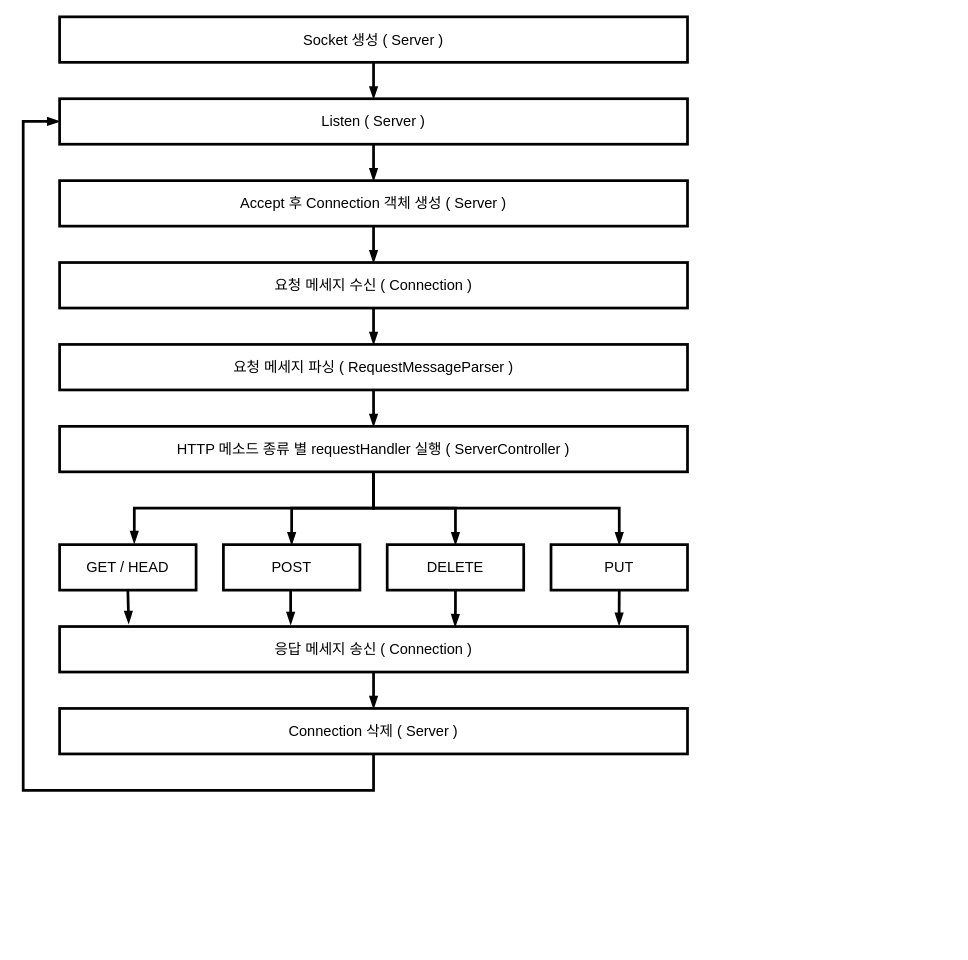
Earlier version of the draw.io diagram page "Server" (1 of 5) of docs/FlowChart/Flow_Chart.drawio (wkdtpgns5016/webserve). Source tidied: cells renumbered, new cells numbered last; positions are measured from the earlier drawing's top-left corner, leaving out a move shared by most shapes. Both pictures are drawn from the tidied source at 91%, with x=0, y=0 at pixel (23, 16).
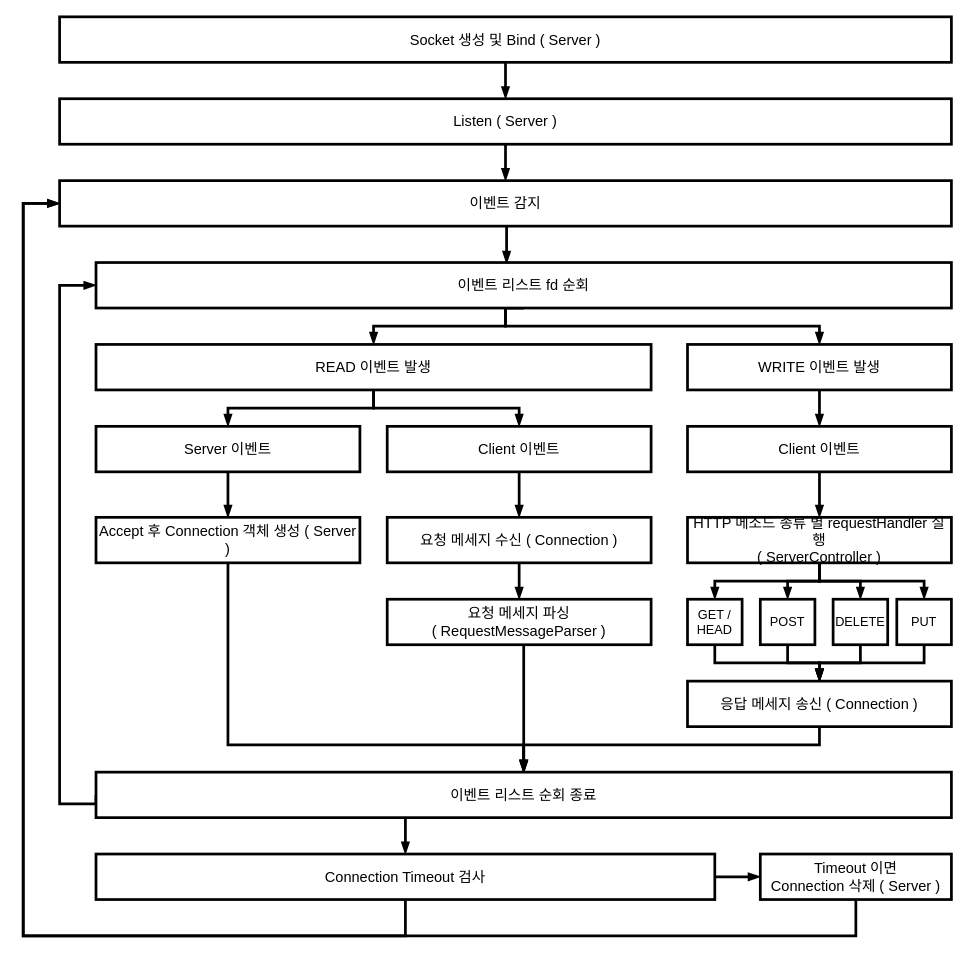
Above is the later version.

What changed in the source:
```diff
@@
-    <mxCell id="3" value="&lt;span style=&quot;font-size: 16px;&quot;&gt;Socket 생성 ( Server )&lt;/span&gt;" style="rounded=0;whiteSpace=wrap;html=1;strokeWidth=3;" parent="1" vertex="1">
-      <mxGeometry x="40" width="690" height="50" as="geometry" />
+    <mxCell id="3" value="&lt;span style=&quot;font-size: 16px;&quot;&gt;Socket 생성 및 Bind ( Server )&lt;/span&gt;" style="rounded=0;whiteSpace=wrap;html=1;strokeWidth=3;" parent="1" vertex="1">
+      <mxGeometry x="40" width="980" height="50" as="geometry" />
     </mxCell>
-    <mxCell id="4" style="edgeStyle=orthogonalEdgeStyle;rounded=0;jettySize=auto;html=1;exitX=0.5;exitY=1;exitDx=0;exitDy=0;entryX=0.5;entryY=0;entryDx=0;entryDy=0;strokeWidth=3;endArrow=blockThin;endFill=1;" parent="1" edge="1" source="5" target="9">
-      <mxGeometry relative="1" as="geometry" />
-    </mxCell>
+    <mxCell id="29" style="edgeStyle=orthogonalEdgeStyle;rounded=0;jettySize=auto;html=1;exitX=0.5;exitY=1;exitDx=0;exitDy=0;entryX=0.5;entryY=0;entryDx=0;entryDy=0;strokeWidth=3;endArrow=blockThin;endFill=1;" parent="1" edge="1" source="5" target="51">
+      <mxGeometry relative="1" as="geometry">
+        <Array as="points">
+          <mxPoint x="225" y="800" />
+          <mxPoint x="550" y="800" />
+        </Array>
+      </mxGeometry>
+    </mxCell>
     <mxCell id="5" value="&lt;span style=&quot;font-size: 16px;&quot;&gt;Accept 후 Connection 객체 생성 ( Server )&lt;/span&gt;" style="rounded=0;whiteSpace=wrap;html=1;strokeWidth=3;" parent="1" vertex="1">
-      <mxGeometry x="40" y="180" width="690" height="50" as="geometry" />
+      <mxGeometry x="80" y="550" width="290" height="50" as="geometry" />
     </mxCell>
-    <mxCell id="6" style="edgeStyle=orthogonalEdgeStyle;rounded=0;jettySize=auto;html=1;exitX=0.5;exitY=1;exitDx=0;exitDy=0;entryX=0.5;entryY=0;entryDx=0;entryDy=0;strokeWidth=3;endArrow=blockThin;endFill=1;" parent="1" edge="1" source="7" target="5">
+    <mxCell id="6" style="edgeStyle=orthogonalEdgeStyle;rounded=0;jettySize=auto;html=1;exitX=0.5;exitY=1;exitDx=0;exitDy=0;strokeWidth=3;endArrow=blockThin;endFill=1;entryX=0.5;entryY=0;entryDx=0;entryDy=0;" parent="1" edge="1" source="7" target="34">
       <mxGeometry relative="1" as="geometry" />
     </mxCell>
     <mxCell id="7" value="&lt;font style=&quot;font-size: 16px;&quot;&gt;Listen ( Server )&lt;/font&gt;" style="rounded=0;whiteSpace=wrap;html=1;strokeWidth=3;" parent="1" vertex="1">
-      <mxGeometry x="40" y="90" width="690" height="50" as="geometry" />
+      <mxGeometry x="40" y="90" width="980" height="50" as="geometry" />
     </mxCell>
@@
     <mxCell id="9" value="&lt;font style=&quot;font-size: 16px;&quot;&gt;요청 메세지 수신 ( Connection )&lt;/font&gt;" style="rounded=0;whiteSpace=wrap;html=1;strokeWidth=3;" parent="1" vertex="1">
-      <mxGeometry x="40" y="270" width="690" height="50" as="geometry" />
+      <mxGeometry x="400" y="550" width="290" height="50" as="geometry" />
     </mxCell>
-    <mxCell id="10" style="edgeStyle=orthogonalEdgeStyle;rounded=0;jettySize=auto;html=1;exitX=0.5;exitY=1;exitDx=0;exitDy=0;entryX=0.5;entryY=0;entryDx=0;entryDy=0;strokeWidth=3;endArrow=blockThin;endFill=1;" parent="1" edge="1" source="11" target="16">
-      <mxGeometry relative="1" as="geometry" />
-    </mxCell>
+    <mxCell id="30" style="edgeStyle=orthogonalEdgeStyle;rounded=0;orthogonalLoop=1;jettySize=auto;html=1;exitX=0.5;exitY=1;exitDx=0;exitDy=0;strokeWidth=3;endArrow=blockThin;endFill=1;" parent="1" edge="1">
+      <mxGeometry relative="1" as="geometry">
+        <mxPoint x="545" y="681" as="sourcePoint" />
+        <mxPoint x="550" y="831" as="targetPoint" />
+        <Array as="points">
+          <mxPoint x="550" y="681" />
+        </Array>
+      </mxGeometry>
+    </mxCell>
-    <mxCell id="11" value="&lt;span style=&quot;font-size: 16px;&quot;&gt;요청 메세지 파싱 ( RequestMessageParser )&lt;br&gt;&lt;/span&gt;" style="rounded=0;whiteSpace=wrap;html=1;strokeWidth=3;" parent="1" vertex="1">
-      <mxGeometry x="40" y="360" width="690" height="50" as="geometry" />
+    <mxCell id="11" value="&lt;span style=&quot;font-size: 16px;&quot;&gt;요청 메세지 파싱 &lt;br&gt;( RequestMessageParser )&lt;br&gt;&lt;/span&gt;" style="rounded=0;whiteSpace=wrap;html=1;strokeWidth=3;" parent="1" vertex="1">
+      <mxGeometry x="400" y="640" width="290" height="50" as="geometry" />
     </mxCell>
-    <mxCell id="12" style="edgeStyle=orthogonalEdgeStyle;rounded=0;jettySize=auto;html=1;exitX=0.5;exitY=1;exitDx=0;exitDy=0;entryX=0.547;entryY=-0.03;entryDx=0;entryDy=0;entryPerimeter=0;endArrow=blockThin;endFill=1;strokeWidth=3;" parent="1" edge="1" source="16" target="18">
+    <mxCell id="12" style="edgeStyle=orthogonalEdgeStyle;rounded=0;jettySize=auto;html=1;exitX=0.5;exitY=1;exitDx=0;exitDy=0;entryX=0.5;entryY=0;entryDx=0;entryDy=0;strokeWidth=3;endArrow=blockThin;endFill=1;" parent="1" edge="1" source="16" target="18">
       <mxGeometry relative="1" as="geometry" />
     </mxCell>
@@
-    <mxCell id="16" value="&lt;span style=&quot;font-size: 16px;&quot;&gt;HTTP 메소드 종류 별 requestHandler 실행 ( ServerController )&lt;br&gt;&lt;/span&gt;" style="rounded=0;whiteSpace=wrap;html=1;strokeWidth=3;" parent="1" vertex="1">
-      <mxGeometry x="40" y="450" width="690" height="50" as="geometry" />
+    <mxCell id="16" value="&lt;span style=&quot;font-size: 16px;&quot;&gt;HTTP 메소드 종류 별 requestHandler 실행 &lt;br&gt;( ServerController )&lt;br&gt;&lt;/span&gt;" style="rounded=0;whiteSpace=wrap;html=1;strokeWidth=3;" parent="1" vertex="1">
+      <mxGeometry x="730" y="550" width="290" height="50" as="geometry" />
     </mxCell>
-    <mxCell id="17" style="edgeStyle=orthogonalEdgeStyle;rounded=0;jettySize=auto;html=1;exitX=0.5;exitY=1;exitDx=0;exitDy=0;entryX=0.11;entryY=-0.07;entryDx=0;entryDy=0;entryPerimeter=0;strokeWidth=3;endArrow=blockThin;endFill=1;" parent="1" edge="1" source="18" target="26">
+    <mxCell id="17" style="edgeStyle=orthogonalEdgeStyle;rounded=0;jettySize=auto;html=1;exitX=0.5;exitY=1;exitDx=0;exitDy=0;entryX=0.5;entryY=0;entryDx=0;entryDy=0;strokeWidth=3;endArrow=blockThin;endFill=1;" parent="1" edge="1" source="18" target="26">
       <mxGeometry relative="1" as="geometry" />
     </mxCell>
-    <mxCell id="18" value="&lt;span style=&quot;font-size: 16px;&quot;&gt;GET / HEAD&lt;br&gt;&lt;/span&gt;" style="rounded=0;whiteSpace=wrap;html=1;strokeWidth=3;" parent="1" vertex="1">
-      <mxGeometry x="40" y="580" width="150" height="50" as="geometry" />
+    <mxCell id="18" value="&lt;font style=&quot;font-size: 14px;&quot;&gt;GET / HEAD&lt;/font&gt;" style="rounded=0;whiteSpace=wrap;html=1;strokeWidth=3;" parent="1" vertex="1">
+      <mxGeometry x="730" y="640" width="60" height="50" as="geometry" />
     </mxCell>
-    <mxCell id="19" style="edgeStyle=orthogonalEdgeStyle;rounded=0;jettySize=auto;html=1;exitX=0.5;exitY=1;exitDx=0;exitDy=0;entryX=0.368;entryY=-0.05;entryDx=0;entryDy=0;entryPerimeter=0;strokeWidth=3;endArrow=blockThin;endFill=1;" parent="1" edge="1" source="20" target="26">
+    <mxCell id="19" style="edgeStyle=orthogonalEdgeStyle;rounded=0;jettySize=auto;html=1;exitX=0.5;exitY=1;exitDx=0;exitDy=0;entryX=0.5;entryY=0;entryDx=0;entryDy=0;strokeWidth=3;endArrow=blockThin;endFill=1;" parent="1" edge="1" source="20" target="26">
       <mxGeometry relative="1" as="geometry" />
     </mxCell>
-    <mxCell id="20" value="&lt;span style=&quot;font-size: 16px;&quot;&gt;POST&lt;br&gt;&lt;/span&gt;" style="rounded=0;whiteSpace=wrap;html=1;strokeWidth=3;" parent="1" vertex="1">
-      <mxGeometry x="220" y="580" width="150" height="50" as="geometry" />
+    <mxCell id="20" value="&lt;font style=&quot;font-size: 14px;&quot;&gt;POST&lt;/font&gt;" style="rounded=0;whiteSpace=wrap;html=1;strokeWidth=3;" parent="1" vertex="1">
+      <mxGeometry x="810" y="640" width="60" height="50" as="geometry" />
     </mxCell>
-    <mxCell id="21" style="edgeStyle=orthogonalEdgeStyle;rounded=0;jettySize=auto;html=1;exitX=0.5;exitY=1;exitDx=0;exitDy=0;entryX=0.63;entryY=0;entryDx=0;entryDy=0;entryPerimeter=0;strokeWidth=3;endArrow=blockThin;endFill=1;" parent="1" edge="1" source="22" target="26">
+    <mxCell id="21" style="edgeStyle=orthogonalEdgeStyle;rounded=0;jettySize=auto;html=1;exitX=0.5;exitY=1;exitDx=0;exitDy=0;entryX=0.5;entryY=0;entryDx=0;entryDy=0;strokeWidth=3;endArrow=blockThin;endFill=1;" parent="1" edge="1" source="22" target="26">
       <mxGeometry relative="1" as="geometry" />
     </mxCell>
-    <mxCell id="22" value="&lt;span style=&quot;font-size: 16px;&quot;&gt;DELETE&lt;br&gt;&lt;/span&gt;" style="rounded=0;whiteSpace=wrap;html=1;strokeWidth=3;" parent="1" vertex="1">
-      <mxGeometry x="400" y="580" width="150" height="50" as="geometry" />
+    <mxCell id="22" value="&lt;font style=&quot;font-size: 14px;&quot;&gt;DELETE&lt;/font&gt;" style="rounded=0;whiteSpace=wrap;html=1;strokeWidth=3;" parent="1" vertex="1">
+      <mxGeometry x="890" y="640" width="60" height="50" as="geometry" />
     </mxCell>
-    <mxCell id="23" style="edgeStyle=orthogonalEdgeStyle;rounded=0;jettySize=auto;html=1;exitX=0.5;exitY=1;exitDx=0;exitDy=0;entryX=0.891;entryY=-0.03;entryDx=0;entryDy=0;entryPerimeter=0;strokeWidth=3;endArrow=blockThin;endFill=1;" parent="1" edge="1" source="24" target="26">
+    <mxCell id="23" style="edgeStyle=orthogonalEdgeStyle;rounded=0;jettySize=auto;html=1;exitX=0.5;exitY=1;exitDx=0;exitDy=0;entryX=0.5;entryY=0;entryDx=0;entryDy=0;strokeWidth=3;endArrow=blockThin;endFill=1;" parent="1" edge="1" source="24" target="26">
       <mxGeometry relative="1" as="geometry" />
     </mxCell>
-    <mxCell id="24" value="&lt;span style=&quot;font-size: 16px;&quot;&gt;PUT&lt;br&gt;&lt;/span&gt;" style="rounded=0;whiteSpace=wrap;html=1;strokeWidth=3;" parent="1" vertex="1">
-      <mxGeometry x="580" y="580" width="150" height="50" as="geometry" />
+    <mxCell id="24" value="&lt;font style=&quot;font-size: 14px;&quot;&gt;PUT&lt;/font&gt;" style="rounded=0;whiteSpace=wrap;html=1;strokeWidth=3;" parent="1" vertex="1">
+      <mxGeometry x="960" y="640" width="60" height="50" as="geometry" />
     </mxCell>
-    <mxCell id="25" style="edgeStyle=orthogonalEdgeStyle;rounded=0;jettySize=auto;html=1;exitX=0.5;exitY=1;exitDx=0;exitDy=0;entryX=0.5;entryY=0;entryDx=0;entryDy=0;endArrow=blockThin;endFill=1;strokeWidth=3;" parent="1" edge="1" source="26" target="28">
-      <mxGeometry relative="1" as="geometry" />
-    </mxCell>
+    <mxCell id="31" style="edgeStyle=orthogonalEdgeStyle;rounded=0;jettySize=auto;html=1;exitX=0.5;exitY=1;exitDx=0;exitDy=0;entryX=0.5;entryY=0;entryDx=0;entryDy=0;strokeWidth=3;endArrow=blockThin;endFill=1;" parent="1" edge="1" source="26" target="51">
+      <mxGeometry relative="1" as="geometry">
+        <Array as="points">
+          <mxPoint x="875" y="800" />
+          <mxPoint x="550" y="800" />
+        </Array>
+      </mxGeometry>
+    </mxCell>
     <mxCell id="26" value="&lt;span style=&quot;font-size: 16px;&quot;&gt;응답 메세지 송신 ( Connection )&lt;br&gt;&lt;/span&gt;" style="rounded=0;whiteSpace=wrap;html=1;strokeWidth=3;" parent="1" vertex="1">
-      <mxGeometry x="40" y="670" width="690" height="50" as="geometry" />
+      <mxGeometry x="730" y="730" width="290" height="50" as="geometry" />
     </mxCell>
-    <mxCell id="27" style="edgeStyle=orthogonalEdgeStyle;rounded=0;jettySize=auto;html=1;exitX=0.5;exitY=1;exitDx=0;exitDy=0;entryX=0;entryY=0.5;entryDx=0;entryDy=0;strokeWidth=3;endArrow=blockThin;endFill=1;" parent="1" edge="1" source="28" target="7">
-      <mxGeometry relative="1" as="geometry">
-        <Array as="points">
-          <mxPoint x="385" y="850" />
-          <mxPoint y="850" />
-          <mxPoint y="115" />
-        </Array>
-      </mxGeometry>
-    </mxCell>
+    <mxCell id="32" style="edgeStyle=orthogonalEdgeStyle;rounded=0;jettySize=auto;html=1;exitX=0.5;exitY=1;exitDx=0;exitDy=0;entryX=0;entryY=0.5;entryDx=0;entryDy=0;strokeWidth=3;endArrow=blockThin;endFill=1;" parent="1" edge="1" source="28" target="34">
+      <mxGeometry relative="1" as="geometry">
+        <Array as="points">
+          <mxPoint x="915" y="1010" />
+          <mxPoint y="1010" />
+          <mxPoint y="205" />
+        </Array>
+      </mxGeometry>
+    </mxCell>
-    <mxCell id="28" value="&lt;span style=&quot;font-size: 16px;&quot;&gt;Connection 삭제 ( Server )&lt;br&gt;&lt;/span&gt;" style="rounded=0;whiteSpace=wrap;html=1;strokeWidth=3;" parent="1" vertex="1">
-      <mxGeometry x="40" y="760" width="690" height="50" as="geometry" />
+    <mxCell id="28" value="&lt;span style=&quot;font-size: 16px;&quot;&gt;Timeout 이면 &lt;br&gt;Connection 삭제 ( Server )&lt;br&gt;&lt;/span&gt;" style="rounded=0;whiteSpace=wrap;html=1;strokeWidth=3;" parent="1" vertex="1">
+      <mxGeometry x="810" y="920" width="210" height="50" as="geometry" />
     </mxCell>
+    <mxCell id="33" style="edgeStyle=orthogonalEdgeStyle;rounded=0;jettySize=auto;html=1;exitX=0.5;exitY=1;exitDx=0;exitDy=0;entryX=0.48;entryY=0.02;entryDx=0;entryDy=0;entryPerimeter=0;strokeWidth=3;endArrow=blockThin;endFill=1;" parent="1" edge="1" source="34" target="42">
+      <mxGeometry relative="1" as="geometry">
+        <Array as="points">
+          <mxPoint x="531" y="230" />
+        </Array>
+      </mxGeometry>
+    </mxCell>
+    <mxCell id="34" value="&lt;span style=&quot;font-size: 16px;&quot;&gt;이벤트 감지&lt;/span&gt;" style="rounded=0;whiteSpace=wrap;html=1;strokeWidth=3;" parent="1" vertex="1">
+      <mxGeometry x="40" y="180" width="980" height="50" as="geometry" />
+    </mxCell>
+    <mxCell id="35" style="edgeStyle=orthogonalEdgeStyle;rounded=0;jettySize=auto;html=1;exitX=0.5;exitY=1;exitDx=0;exitDy=0;entryX=0.5;entryY=0;entryDx=0;entryDy=0;strokeWidth=3;endArrow=blockThin;endFill=1;" parent="1" edge="1" source="37" target="48">
+      <mxGeometry relative="1" as="geometry" />
+    </mxCell>
+    <mxCell id="36" style="edgeStyle=orthogonalEdgeStyle;rounded=0;jettySize=auto;html=1;exitX=0.5;exitY=1;exitDx=0;exitDy=0;entryX=0.5;entryY=0;entryDx=0;entryDy=0;strokeWidth=3;endArrow=blockThin;endFill=1;" parent="1" edge="1" source="37" target="46">
+      <mxGeometry relative="1" as="geometry" />
+    </mxCell>
+    <mxCell id="37" value="&lt;span style=&quot;font-size: 16px;&quot;&gt;READ 이벤트 발생&lt;/span&gt;" style="rounded=0;whiteSpace=wrap;html=1;strokeWidth=3;" parent="1" vertex="1">
+      <mxGeometry x="80" y="360" width="610" height="50" as="geometry" />
+    </mxCell>
+    <mxCell id="38" style="edgeStyle=orthogonalEdgeStyle;rounded=0;jettySize=auto;html=1;exitX=0.5;exitY=1;exitDx=0;exitDy=0;entryX=0.5;entryY=0;entryDx=0;entryDy=0;strokeWidth=3;endArrow=blockThin;endFill=1;" parent="1" edge="1" source="39" target="44">
+      <mxGeometry relative="1" as="geometry" />
+    </mxCell>
+    <mxCell id="39" value="&lt;span style=&quot;font-size: 16px;&quot;&gt;WRITE 이벤트 발생&lt;/span&gt;" style="rounded=0;whiteSpace=wrap;html=1;strokeWidth=3;" parent="1" vertex="1">
+      <mxGeometry x="730" y="360" width="290" height="50" as="geometry" />
+    </mxCell>
+    <mxCell id="40" style="edgeStyle=orthogonalEdgeStyle;rounded=0;jettySize=auto;html=1;exitX=0.5;exitY=1;exitDx=0;exitDy=0;entryX=0.5;entryY=0;entryDx=0;entryDy=0;strokeWidth=3;endArrow=blockThin;endFill=1;" parent="1" edge="1" source="42" target="37">
+      <mxGeometry relative="1" as="geometry">
+        <Array as="points">
+          <mxPoint x="530" y="320" />
+          <mxPoint x="530" y="340" />
+          <mxPoint x="385" y="340" />
+        </Array>
+      </mxGeometry>
+    </mxCell>
+    <mxCell id="41" style="edgeStyle=orthogonalEdgeStyle;rounded=0;jettySize=auto;html=1;strokeWidth=3;endArrow=blockThin;endFill=1;" parent="1" edge="1" target="39">
+      <mxGeometry relative="1" as="geometry">
+        <mxPoint x="530" y="330" as="sourcePoint" />
+        <Array as="points">
+          <mxPoint x="530" y="320" />
+          <mxPoint x="530" y="340" />
+          <mxPoint x="875" y="340" />
+        </Array>
+      </mxGeometry>
+    </mxCell>
+    <mxCell id="42" value="&lt;span style=&quot;font-size: 16px;&quot;&gt;이벤트 리스트 fd 순회&lt;/span&gt;" style="rounded=0;whiteSpace=wrap;html=1;strokeWidth=3;" parent="1" vertex="1">
+      <mxGeometry x="80" y="270" width="940" height="50" as="geometry" />
+    </mxCell>
+    <mxCell id="43" style="edgeStyle=orthogonalEdgeStyle;rounded=0;jettySize=auto;html=1;exitX=0.5;exitY=1;exitDx=0;exitDy=0;entryX=0.5;entryY=0;entryDx=0;entryDy=0;strokeWidth=3;endArrow=blockThin;endFill=1;" parent="1" edge="1" source="44" target="16">
+      <mxGeometry relative="1" as="geometry" />
+    </mxCell>
+    <mxCell id="44" value="&lt;span style=&quot;font-size: 16px;&quot;&gt;Client 이벤트&lt;/span&gt;" style="rounded=0;whiteSpace=wrap;html=1;strokeWidth=3;" parent="1" vertex="1">
+      <mxGeometry x="730" y="450" width="290" height="50" as="geometry" />
+    </mxCell>
+    <mxCell id="45" style="edgeStyle=orthogonalEdgeStyle;rounded=0;jettySize=auto;html=1;exitX=0.5;exitY=1;exitDx=0;exitDy=0;entryX=0.5;entryY=0;entryDx=0;entryDy=0;strokeWidth=3;endArrow=blockThin;endFill=1;" parent="1" edge="1" source="46" target="5">
+      <mxGeometry relative="1" as="geometry" />
+    </mxCell>
+    <mxCell id="46" value="&lt;span style=&quot;font-size: 16px;&quot;&gt;Server 이벤트&lt;/span&gt;" style="rounded=0;whiteSpace=wrap;html=1;strokeWidth=3;" parent="1" vertex="1">
+      <mxGeometry x="80" y="450" width="290" height="50" as="geometry" />
+    </mxCell>
+    <mxCell id="47" style="edgeStyle=orthogonalEdgeStyle;rounded=0;jettySize=auto;html=1;exitX=0.5;exitY=1;exitDx=0;exitDy=0;entryX=0.5;entryY=0;entryDx=0;entryDy=0;strokeWidth=3;endArrow=blockThin;endFill=1;" parent="1" edge="1" source="48" target="9">
+      <mxGeometry relative="1" as="geometry" />
+    </mxCell>
+    <mxCell id="48" value="&lt;span style=&quot;font-size: 16px;&quot;&gt;Client 이벤트&lt;/span&gt;" style="rounded=0;whiteSpace=wrap;html=1;strokeWidth=3;" parent="1" vertex="1">
+      <mxGeometry x="400" y="450" width="290" height="50" as="geometry" />
+    </mxCell>
+    <mxCell id="49" style="edgeStyle=orthogonalEdgeStyle;rounded=0;jettySize=auto;html=1;exitX=0.5;exitY=1;exitDx=0;exitDy=0;entryX=0.5;entryY=0;entryDx=0;entryDy=0;strokeWidth=3;endArrow=blockThin;endFill=1;" parent="1" edge="1" source="51" target="54">
+      <mxGeometry relative="1" as="geometry">
+        <Array as="points">
+          <mxPoint x="420" y="880" />
+        </Array>
+      </mxGeometry>
+    </mxCell>
+    <mxCell id="50" style="edgeStyle=orthogonalEdgeStyle;rounded=0;jettySize=auto;html=1;exitX=0;exitY=0.5;exitDx=0;exitDy=0;entryX=0;entryY=0.5;entryDx=0;entryDy=0;strokeWidth=3;endArrow=blockThin;endFill=1;" parent="1" edge="1" source="51" target="42">
+      <mxGeometry relative="1" as="geometry">
+        <Array as="points">
+          <mxPoint x="40" y="865" />
+          <mxPoint x="40" y="295" />
+        </Array>
+      </mxGeometry>
+    </mxCell>
+    <mxCell id="51" value="&lt;span style=&quot;font-size: 16px;&quot;&gt;이벤트 리스트 순회 종료&lt;br&gt;&lt;/span&gt;" style="rounded=0;whiteSpace=wrap;html=1;strokeWidth=3;" parent="1" vertex="1">
+      <mxGeometry x="80" y="830" width="940" height="50" as="geometry" />
+    </mxCell>
+    <mxCell id="52" style="edgeStyle=orthogonalEdgeStyle;rounded=0;jettySize=auto;html=1;strokeWidth=3;endArrow=blockThin;endFill=1;" parent="1" edge="1" source="54" target="28">
+      <mxGeometry relative="1" as="geometry" />
+    </mxCell>
+    <mxCell id="53" style="edgeStyle=orthogonalEdgeStyle;rounded=0;jettySize=auto;html=1;exitX=0.5;exitY=1;exitDx=0;exitDy=0;entryX=0;entryY=0.5;entryDx=0;entryDy=0;strokeWidth=3;endArrow=blockThin;endFill=1;" parent="1" edge="1" source="54" target="34">
+      <mxGeometry relative="1" as="geometry">
+        <Array as="points">
+          <mxPoint x="420" y="1010" />
+          <mxPoint y="1010" />
+          <mxPoint y="205" />
+        </Array>
+      </mxGeometry>
+    </mxCell>
+    <mxCell id="54" value="&lt;span style=&quot;font-size: 16px;&quot;&gt;Connection Timeout 검사&lt;br&gt;&lt;/span&gt;" style="rounded=0;whiteSpace=wrap;html=1;strokeWidth=3;" parent="1" vertex="1">
+      <mxGeometry x="80" y="920" width="680" height="50" as="geometry" />
+    </mxCell>
```
